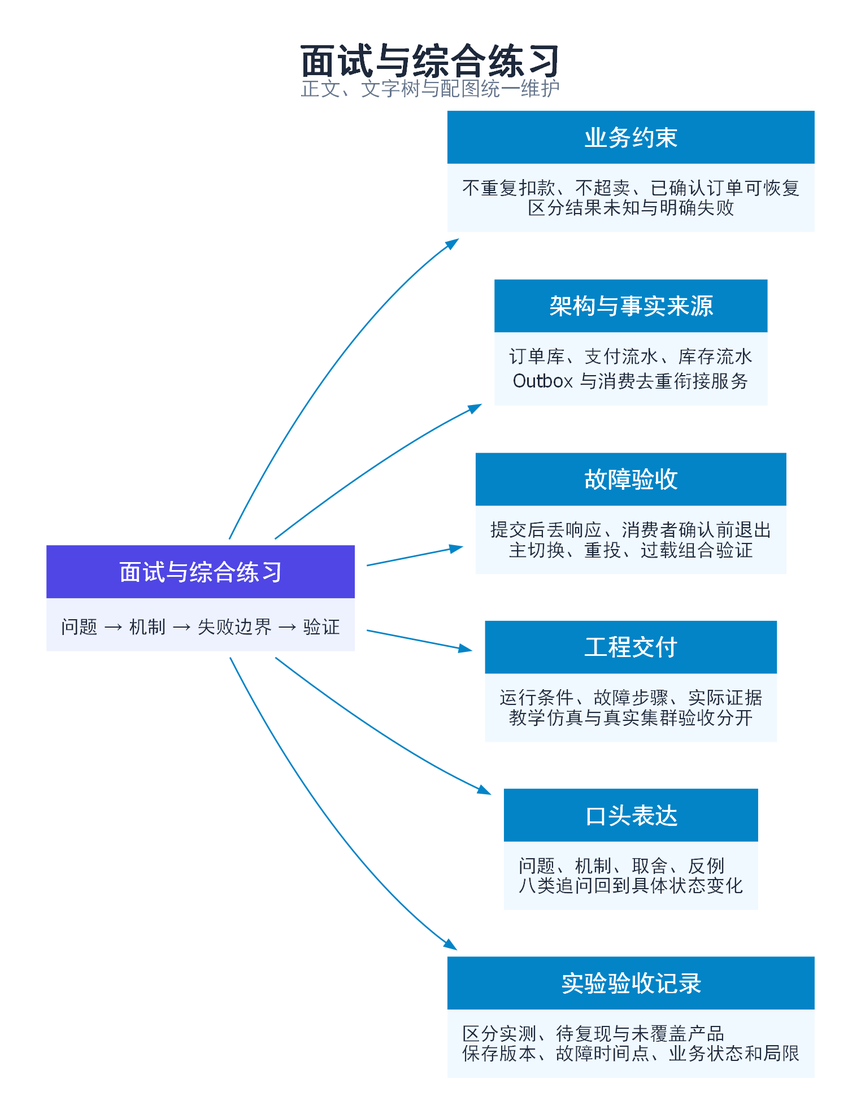
Before: 分布式系统/images/topic-13-mindmap.png, a diagram exported from Graphviz (zingerWang/Jobs). Its source is kept beside it as 分布式系统/images/topic-13-mindmap.dot.
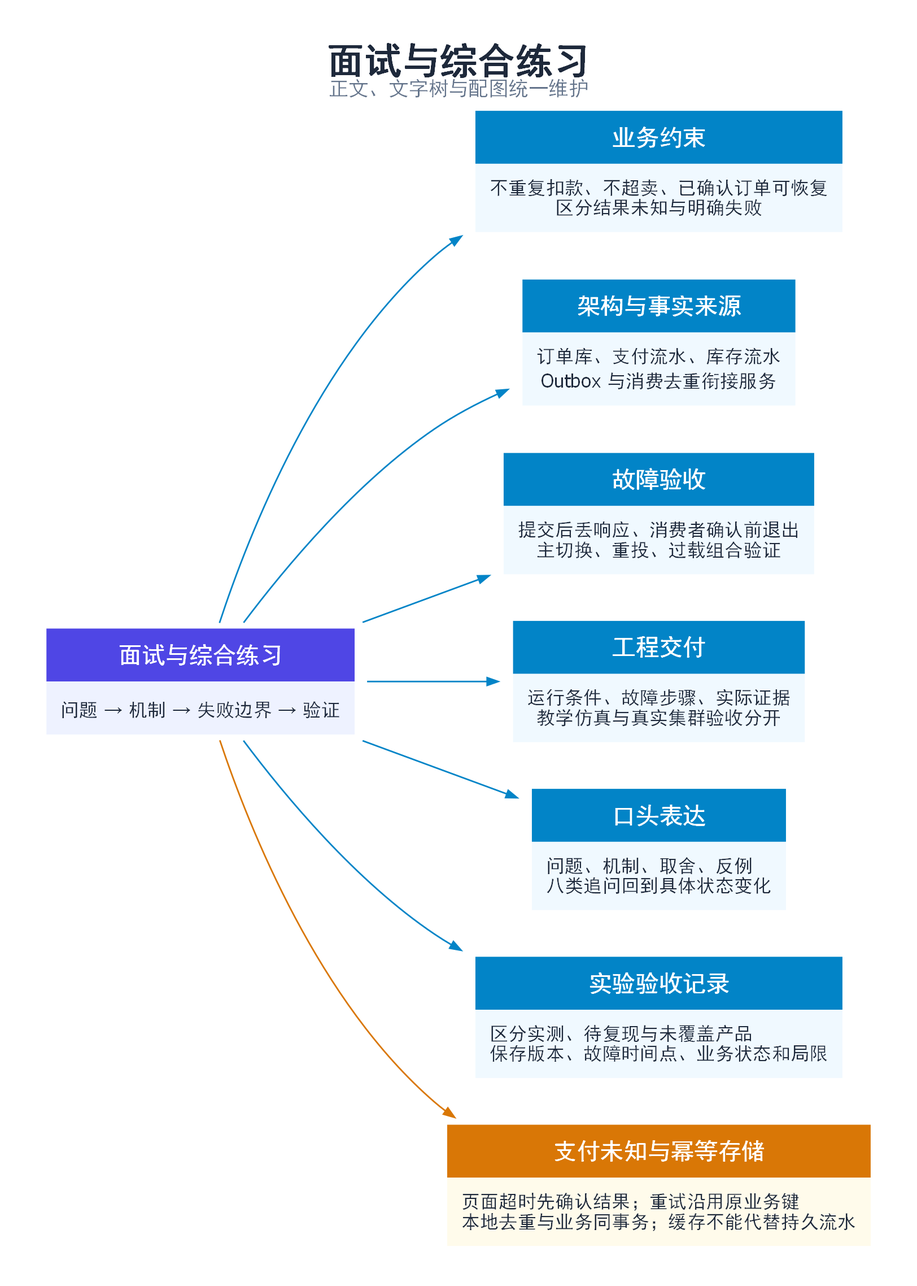
After the change.

The edit, as a diff of the source:
```diff
@@ -15,4 +15,6 @@
 root -> n3;
 root -> n4;
 root -> n5;
+engineering [label=<<TABLE BORDER="0" CELLBORDER="0" CELLSPACING="0" CELLPADDING="9"><TR><TD BGCOLOR="#D97706"><FONT COLOR="white" POINT-SIZE="15"><B>支付未知与幂等存储</B></FONT></TD></TR><TR><TD BGCOLOR="#FFFBEB" ALIGN="LEFT"><FONT COLOR="#1E293B" POINT-SIZE="12">页面超时先确认结果；重试沿用原业务键<BR ALIGN="LEFT"/>本地去重与业务同事务；缓存不能代替持久流水</FONT></TD></TR></TABLE>>];
+root -> engineering [color="#D97706",fontcolor="#D97706"];
 }
```
